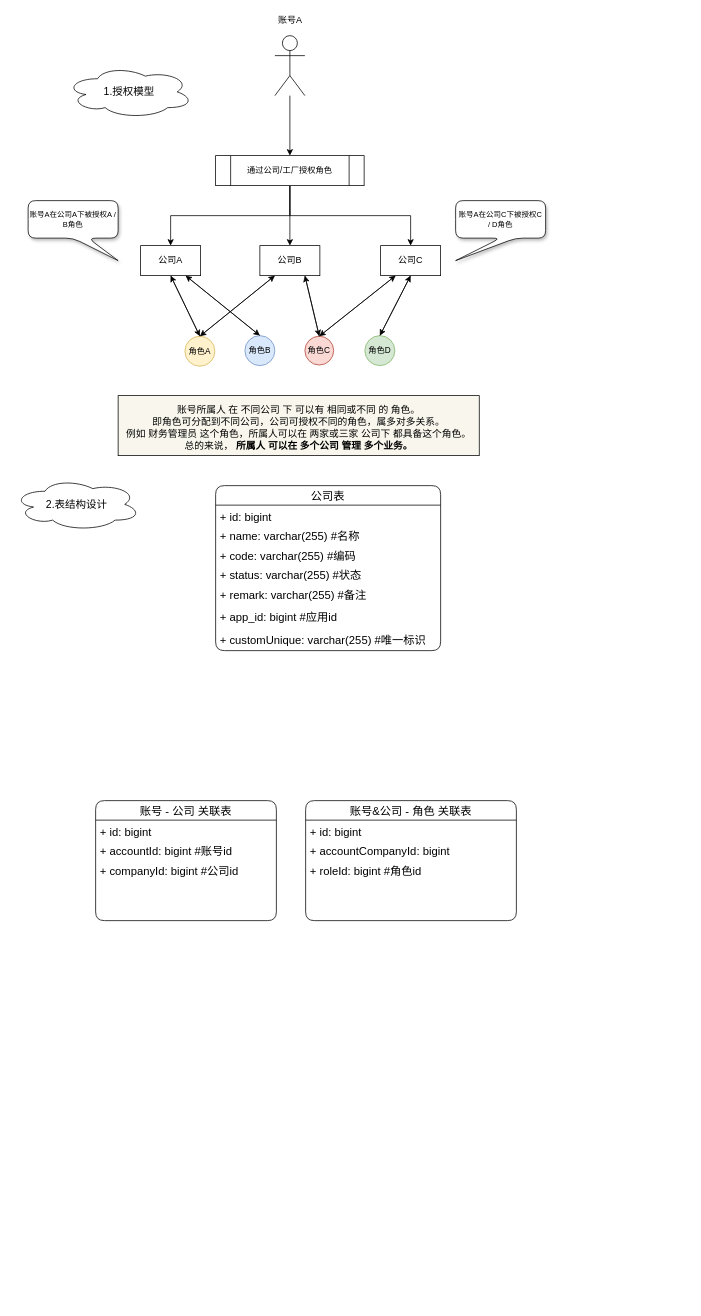
This is derucci-公司授权.drawio from LDChing0321/JavaLearn, a draw.io file, before an edit. Source tidied: cells renumbered, new cells numbered last; positions are measured from the earlier drawing's top-left corner, leaving out a move shared by most shapes. Both pictures are drawn from the tidied source at 75%, with x=0, y=0 at pixel (13, 13).
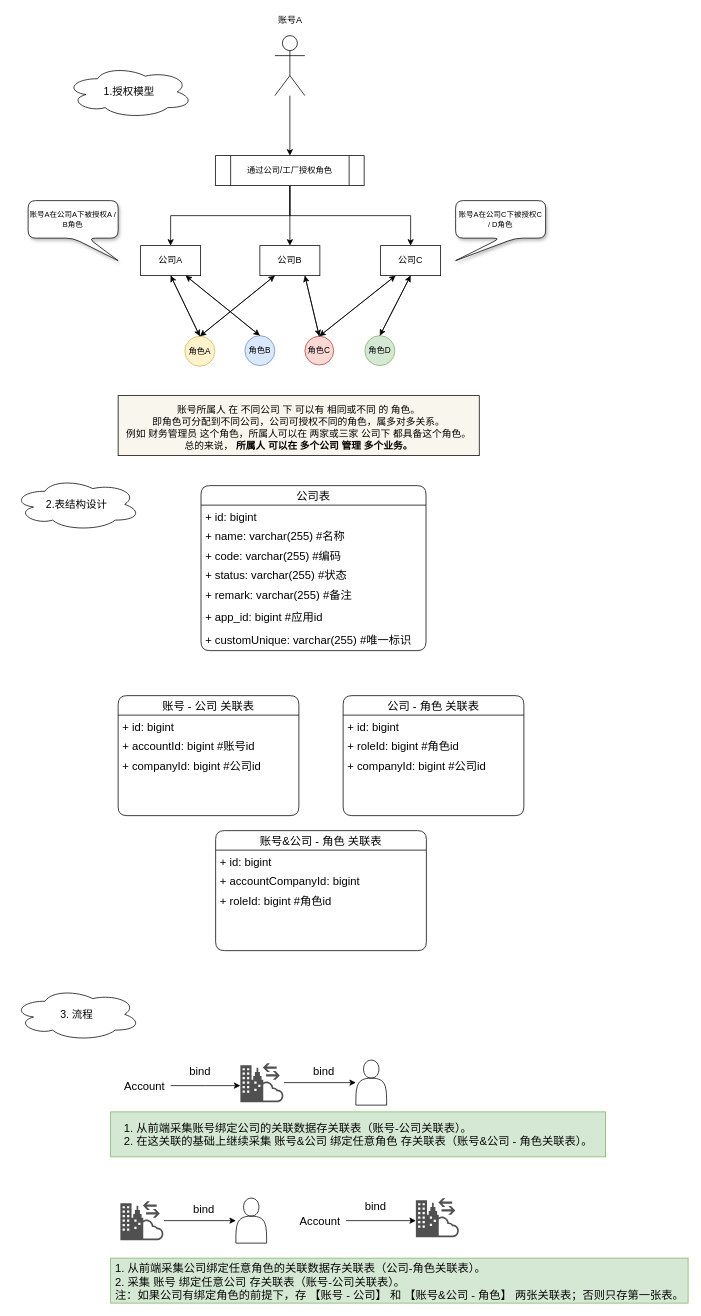
Above is the later version.

Commit message:
更新derucci-公司授权.drawio

What changed in the source:
```diff
@@
     <mxCell id="35" value="公司表" style="swimlane;fontStyle=0;horizontal=1;startSize=26;fillColor=none;rounded=1;shadow=0;glass=0;sketch=0;fontSize=15;strokeColor=default;" parent="1" vertex="1">
-      <mxGeometry x="270" y="630" width="300" height="220" as="geometry" />
+      <mxGeometry x="250.5" y="630" width="300" height="220" as="geometry" />
     </mxCell>
@@
     <mxCell id="43" value="账号&amp;公司 - 角色 关联表" style="swimlane;fontStyle=0;horizontal=1;startSize=26;fillColor=none;rounded=1;shadow=0;glass=0;sketch=0;fontSize=15;strokeColor=default;" parent="1" vertex="1">
-      <mxGeometry x="390" y="1050" width="281" height="160" as="geometry" />
+      <mxGeometry x="270" y="1090" width="281" height="160" as="geometry" />
     </mxCell>
@@
     <mxCell id="47" value="账号 - 公司 关联表" style="swimlane;fontStyle=0;horizontal=1;startSize=26;fillColor=none;rounded=1;shadow=0;glass=0;sketch=0;fontSize=15;strokeColor=default;" parent="1" vertex="1">
-      <mxGeometry x="110" y="1050" width="241" height="160" as="geometry" />
+      <mxGeometry x="140" y="910" width="241" height="160" as="geometry" />
     </mxCell>
@@
+    <mxCell id="51" value="公司 - 角色 关联表" style="swimlane;fontStyle=0;horizontal=1;startSize=26;fillColor=none;rounded=1;shadow=0;glass=0;sketch=0;fontSize=15;strokeColor=default;" parent="1" vertex="1">
+      <mxGeometry x="440" y="910" width="241" height="160" as="geometry" />
+    </mxCell>
+    <mxCell id="52" value="+ id: bigint" style="text;strokeColor=none;fillColor=none;align=left;verticalAlign=top;spacingLeft=4;spacingRight=4;overflow=hidden;rounded=1;shadow=0;glass=0;sketch=0;fontSize=15;" parent="51" vertex="1">
+      <mxGeometry y="26" width="241" height="26" as="geometry" />
+    </mxCell>
+    <mxCell id="53" value="+ roleId: bigint #角色id" style="text;strokeColor=none;fillColor=none;align=left;verticalAlign=top;spacingLeft=4;spacingRight=4;overflow=hidden;rounded=1;shadow=0;glass=0;sketch=0;fontSize=15;" parent="51" vertex="1">
+      <mxGeometry y="52" width="241" height="26" as="geometry" />
+    </mxCell>
+    <mxCell id="54" value="+ companyId: bigint #公司id" style="text;strokeColor=none;fillColor=none;align=left;verticalAlign=top;spacingLeft=4;spacingRight=4;overflow=hidden;rounded=1;shadow=0;glass=0;sketch=0;fontSize=15;" parent="51" vertex="1">
+      <mxGeometry y="78" width="241" height="82" as="geometry" />
+    </mxCell>
+    <mxCell id="55" value="&lt;span style=&quot;font-size: 14px&quot;&gt;3.&amp;nbsp;流程&lt;/span&gt;" style="ellipse;shape=cloud;whiteSpace=wrap;html=1;rounded=1;shadow=0;glass=1;sketch=0;fontSize=10;" parent="1" vertex="1">
+      <mxGeometry y="1300" width="170" height="70" as="geometry" />
+    </mxCell>
+    <mxCell id="56" style="edgeStyle=orthogonalEdgeStyle;rounded=0;jettySize=auto;html=1;fontSize=15;" parent="1" edge="1" source="57">
+      <mxGeometry relative="1" as="geometry">
+        <mxPoint x="303" y="1430" as="targetPoint" />
+      </mxGeometry>
+    </mxCell>
+    <mxCell id="57" value="&lt;span style=&quot;font-size: 15px&quot;&gt;Account&lt;/span&gt;" style="text;html=1;align=center;verticalAlign=middle;points=[];strokeColor=none;fillColor=none;" parent="1" vertex="1">
+      <mxGeometry x="140" y="1420" width="70" height="20" as="geometry" />
+    </mxCell>
+    <mxCell id="58" value="bind" style="text;html=1;align=center;verticalAlign=middle;strokeColor=none;fillColor=none;fontSize=15;" parent="1" vertex="1">
+      <mxGeometry x="229" y="1400" width="40" height="20" as="geometry" />
+    </mxCell>
+    <mxCell id="59" value="bind" style="text;html=1;align=center;verticalAlign=middle;strokeColor=none;fillColor=none;fontSize=15;" parent="1" vertex="1">
+      <mxGeometry x="394" y="1400" width="40" height="20" as="geometry" />
+    </mxCell>
+    <mxCell id="60" style="edgeStyle=orthogonalEdgeStyle;rounded=0;jettySize=auto;html=1;fontSize=15;" parent="1" edge="1" source="61" target="62">
+      <mxGeometry relative="1" as="geometry" />
+    </mxCell>
+    <mxCell id="61" style="sketch=0;shadow=0;dashed=0;html=1;strokeColor=none;fillColor=#505050;labelPosition=center;verticalLabelPosition=bottom;verticalAlign=top;outlineConnect=0;align=center;shape=mxgraph.office.concepts.hybrid;fontSize=15;" parent="1" vertex="1">
+      <mxGeometry x="303" y="1400" width="58" height="52" as="geometry" />
+    </mxCell>
+    <mxCell id="62" style="shape=actor;whiteSpace=wrap;html=1;" parent="1" vertex="1">
+      <mxGeometry x="457" y="1396" width="41" height="60" as="geometry" />
+    </mxCell>
+    <mxCell id="63" value="bind" style="text;html=1;align=center;verticalAlign=middle;strokeColor=none;fillColor=none;fontSize=15;" parent="1" vertex="1">
+      <mxGeometry x="234" y="1584" width="40" height="20" as="geometry" />
+    </mxCell>
+    <mxCell id="64" style="edgeStyle=orthogonalEdgeStyle;rounded=0;jettySize=auto;html=1;fontSize=15;" parent="1" edge="1" source="65" target="66">
+      <mxGeometry relative="1" as="geometry" />
+    </mxCell>
+    <mxCell id="65" style="sketch=0;shadow=0;dashed=0;html=1;strokeColor=none;fillColor=#505050;labelPosition=center;verticalLabelPosition=bottom;verticalAlign=top;outlineConnect=0;align=center;shape=mxgraph.office.concepts.hybrid;fontSize=15;" parent="1" vertex="1">
+      <mxGeometry x="143" y="1584" width="58" height="52" as="geometry" />
+    </mxCell>
+    <mxCell id="66" style="shape=actor;whiteSpace=wrap;html=1;" parent="1" vertex="1">
+      <mxGeometry x="297" y="1580" width="41" height="60" as="geometry" />
+    </mxCell>
+    <mxCell id="67" style="edgeStyle=orthogonalEdgeStyle;rounded=0;jettySize=auto;html=1;fontSize=15;" parent="1" edge="1" source="68">
+      <mxGeometry relative="1" as="geometry">
+        <mxPoint x="537" y="1610" as="targetPoint" />
+      </mxGeometry>
+    </mxCell>
+    <mxCell id="68" value="&lt;span style=&quot;font-size: 15px&quot;&gt;Account&lt;/span&gt;" style="text;html=1;align=center;verticalAlign=middle;points=[];strokeColor=none;fillColor=none;" parent="1" vertex="1">
+      <mxGeometry x="374" y="1600" width="70" height="20" as="geometry" />
+    </mxCell>
+    <mxCell id="69" value="bind" style="text;html=1;align=center;verticalAlign=middle;strokeColor=none;fillColor=none;fontSize=15;" parent="1" vertex="1">
+      <mxGeometry x="463" y="1580" width="40" height="20" as="geometry" />
+    </mxCell>
+    <mxCell id="70" style="sketch=0;shadow=0;dashed=0;html=1;strokeColor=none;fillColor=#505050;labelPosition=center;verticalLabelPosition=bottom;verticalAlign=top;align=center;shape=mxgraph.office.concepts.hybrid;fontSize=15;" parent="1" vertex="1">
+      <mxGeometry x="537" y="1580" width="58" height="52" as="geometry" />
+    </mxCell>
+    <mxCell id="71" value="&lt;div style=&quot;text-align: left&quot;&gt;&lt;span style=&quot;color: rgb(8 , 8 , 8)&quot;&gt;1. 从前端采集公司绑定任意角色的关联数据存关联表（公司-角色关联表）。&lt;/span&gt;&lt;/div&gt;&lt;span style=&quot;color: rgb(8 , 8 , 8)&quot;&gt;&lt;div style=&quot;text-align: left&quot;&gt;&lt;span&gt;2. 采集 账号 绑定任意公司 存关联表（账号-公司关联表）。&lt;/span&gt;&lt;/div&gt;&lt;div style=&quot;text-align: left&quot;&gt;&lt;span&gt;注：如果公司有绑定角色的前提下，存 【账号 - 公司】&amp;nbsp;和 【账号&amp;amp;公司 -&amp;nbsp;角色】&amp;nbsp;两张关联表；否则只存第一张表。&lt;/span&gt;&lt;/div&gt;&lt;/span&gt;" style="text;html=1;align=center;verticalAlign=middle;strokeColor=#82b366;fillColor=#d5e8d4;fontSize=15;spacingTop=2;" parent="1" vertex="1">
+      <mxGeometry x="130" y="1660" width="770" height="60" as="geometry" />
+    </mxCell>
+    <mxCell id="72" value="&lt;div style=&quot;text-align: left&quot;&gt;&lt;span style=&quot;color: rgb(8 , 8 , 8)&quot;&gt;1. 从前端采集账号绑定公司的关联数据存关联表（账号-公司关联表）。&lt;/span&gt;&lt;/div&gt;&lt;font color=&quot;#080808&quot;&gt;&lt;div style=&quot;text-align: left&quot;&gt;&lt;span&gt;2. 在这关联的基础上继续采集 账号&amp;amp;公司&amp;nbsp;绑定任意角色&amp;nbsp;存关联表（账号&amp;amp;公司 -&amp;nbsp;角色关联表）。&lt;/span&gt;&lt;/div&gt;&lt;/font&gt;" style="text;html=1;align=center;verticalAlign=middle;strokeColor=#82b366;fillColor=#d5e8d4;fontSize=15;spacingTop=0;spacingBottom=0;spacing=8;" parent="1" vertex="1">
+      <mxGeometry x="130" y="1465" width="660" height="60" as="geometry" />
+    </mxCell>
```
